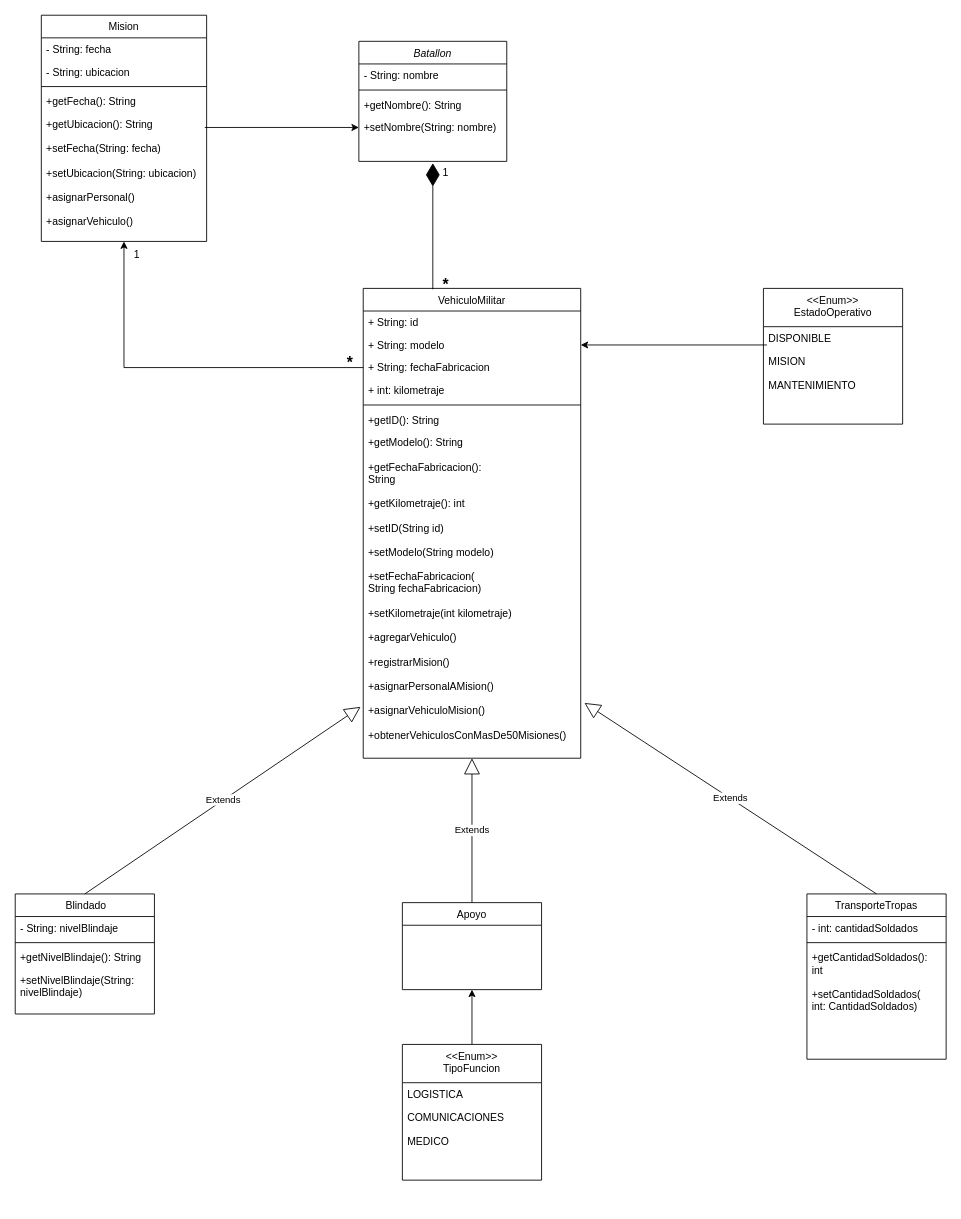
AF2900/Repositorio-Programacion1 keeps this draw.io diagram as Taller Batallon/model/batallón.drawio. Above is the earlier version. Source tidied: cells renumbered, new cells numbered last; positions are measured from the earlier drawing's top-left corner, leaving out a move shared by most shapes. Both pictures are drawn from the tidied source at 87%, with x=0, y=0 at pixel (15, 15).
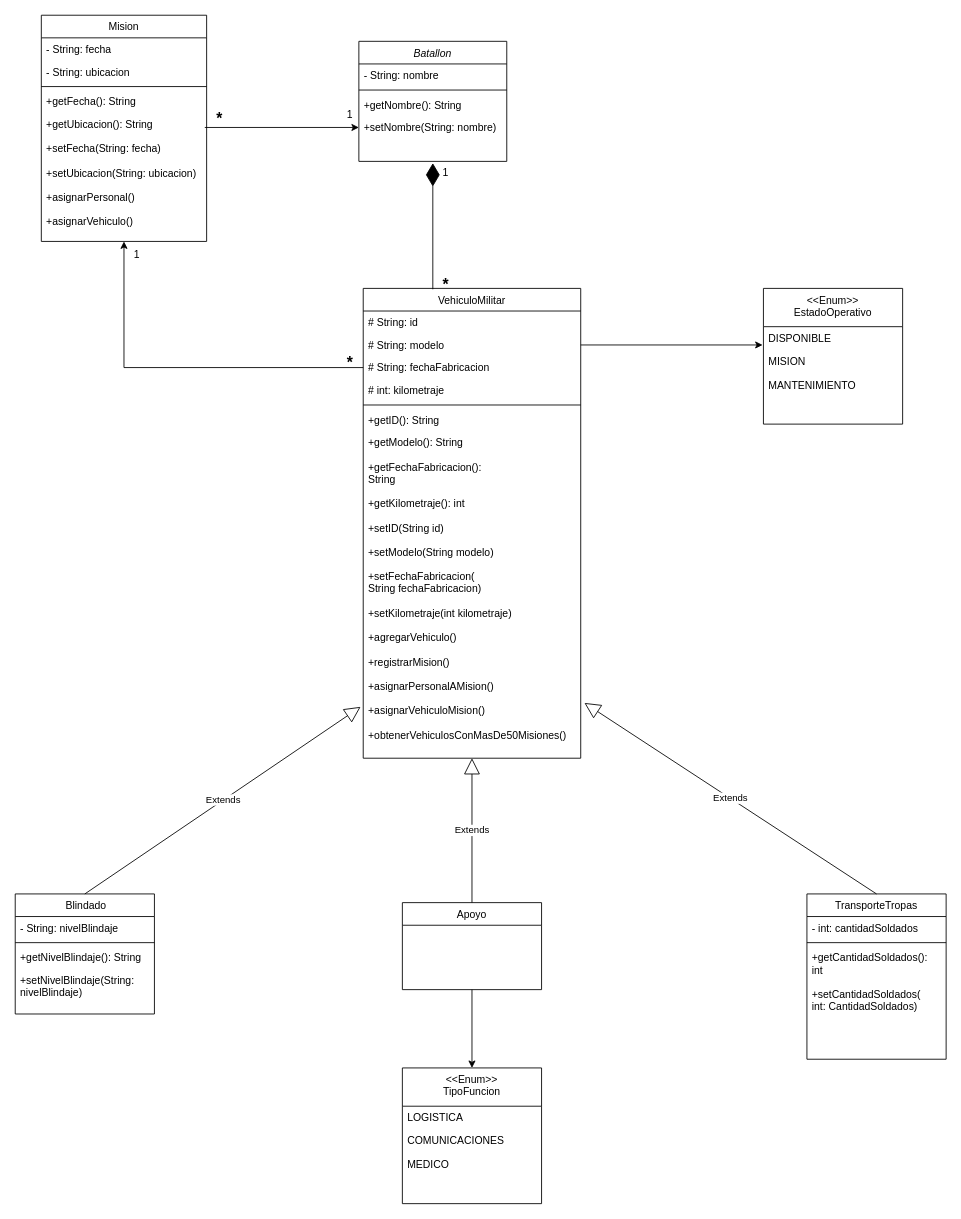
The same diagram, later.

Commit message (it also covers changes not shown here):
Modificacion taller batallon

Unchanged cells that the change refers to:
```xml
<mxCell id="12" value="VehiculoMilitar" style="swimlane;fontStyle=0;align=center;verticalAlign=top;horizontal=1;startSize=26;rounded=0;shadow=0;strokeWidth=1;" parent="1" vertex="1">
  <mxGeometry x="400" y="314" width="250" height="540" as="geometry" />
</mxCell>
<mxCell id="20" value="Apoyo" style="swimlane;fontStyle=0;align=center;verticalAlign=top;horizontal=1;startSize=26;rounded=0;shadow=0;strokeWidth=1;" parent="1" vertex="1">
  <mxGeometry x="445" y="1020" width="160" height="100" as="geometry" />
</mxCell>
<mxCell id="26" value="DISPONIBLE" style="text;align=left;verticalAlign=top;spacingLeft=4;spacingRight=4;overflow=hidden;points=[[0,0.5],[1,0.5]];portConstraint=eastwest;" parent="25" vertex="1">
  <mxGeometry y="44" width="160" height="26" as="geometry" />
</mxCell>
```

Diff of the diagram source:
```diff
@@
-    <mxCell id="13" value="+ String: id" style="text;align=left;verticalAlign=top;spacingLeft=4;spacingRight=4;overflow=hidden;" parent="12" vertex="1">
+    <mxCell id="13" value="# String: id" style="text;align=left;verticalAlign=top;spacingLeft=4;spacingRight=4;overflow=hidden;" parent="12" vertex="1">
       <mxGeometry y="26" width="250" height="26" as="geometry" />
     </mxCell>
-    <mxCell id="14" value="+ String: modelo" style="text;align=left;verticalAlign=top;spacingLeft=4;spacingRight=4;overflow=hidden;points=[[0,0.5],[1,0.5]];portConstraint=eastwest;rounded=0;shadow=0;html=0;" parent="12" vertex="1">
+    <mxCell id="14" value="# String: modelo" style="text;align=left;verticalAlign=top;spacingLeft=4;spacingRight=4;overflow=hidden;points=[[0,0.5],[1,0.5]];portConstraint=eastwest;rounded=0;shadow=0;html=0;" parent="12" vertex="1">
       <mxGeometry y="52" width="250" height="26" as="geometry" />
     </mxCell>
-    <mxCell id="15" value="+ String: fechaFabricacion" style="text;align=left;verticalAlign=top;spacingLeft=4;spacingRight=4;overflow=hidden;points=[[0,0.5],[1,0.5]];portConstraint=eastwest;rounded=0;shadow=0;html=0;" parent="12" vertex="1">
+    <mxCell id="15" value="# String: fechaFabricacion" style="text;align=left;verticalAlign=top;spacingLeft=4;spacingRight=4;overflow=hidden;points=[[0,0.5],[1,0.5]];portConstraint=eastwest;rounded=0;shadow=0;html=0;" parent="12" vertex="1">
       <mxGeometry y="78" width="250" height="26" as="geometry" />
     </mxCell>
-    <mxCell id="16" value="+ int: kilometraje" style="text;align=left;verticalAlign=top;spacingLeft=4;spacingRight=4;overflow=hidden;rounded=0;shadow=0;html=0;" parent="12" vertex="1">
+    <mxCell id="16" value="# int: kilometraje" style="text;align=left;verticalAlign=top;spacingLeft=4;spacingRight=4;overflow=hidden;rounded=0;shadow=0;html=0;" parent="12" vertex="1">
       <mxGeometry y="104" width="250" height="26" as="geometry" />
     </mxCell>
@@
+    <mxCell id="49" style="edgeStyle=orthogonalEdgeStyle;rounded=0;jettySize=auto;html=1;entryX=0.5;entryY=0;entryDx=0;entryDy=0;" parent="1" edge="1" source="20" target="36">
+      <mxGeometry relative="1" as="geometry" />
+    </mxCell>
@@
-    <mxCell id="28" style="edgeStyle=orthogonalEdgeStyle;rounded=0;jettySize=auto;html=1;entryX=1;entryY=0.5;entryDx=0;entryDy=0;exitX=0.025;exitY=0.808;exitDx=0;exitDy=0;exitPerimeter=0;" parent="1" edge="1" source="26" target="14">
-      <mxGeometry relative="1" as="geometry" />
-    </mxCell>
@@
-    <mxCell id="35" style="edgeStyle=orthogonalEdgeStyle;rounded=0;jettySize=auto;html=1;entryX=0.5;entryY=1;entryDx=0;entryDy=0;" parent="1" edge="1" source="36" target="20">
-      <mxGeometry relative="1" as="geometry" />
-    </mxCell>
     <mxCell id="36" value="&lt;&lt;Enum&gt;&gt;&#10;TipoFuncion" style="swimlane;fontStyle=0;align=center;verticalAlign=top;horizontal=1;startSize=44;rounded=0;shadow=0;strokeWidth=1;" parent="1" vertex="1">
-      <mxGeometry x="445" y="1183" width="160" height="156" as="geometry" />
+      <mxGeometry x="445" y="1210" width="160" height="156" as="geometry" />
     </mxCell>
@@
+    <mxCell id="50" style="edgeStyle=orthogonalEdgeStyle;rounded=0;jettySize=auto;html=1;entryX=-0.006;entryY=0.808;entryDx=0;entryDy=0;entryPerimeter=0;" parent="1" edge="1" source="14" target="26">
+      <mxGeometry relative="1" as="geometry" />
+    </mxCell>
+    <mxCell id="51" value="&lt;font style=&quot;font-size: 18px;&quot;&gt;&lt;b&gt;*&lt;/b&gt;&lt;/font&gt;" style="text;html=1;align=center;verticalAlign=middle;whiteSpace=wrap;rounded=0;" parent="1" vertex="1">
+      <mxGeometry x="220" y="110" width="30" height="20" as="geometry" />
+    </mxCell>
+    <mxCell id="52" value="1" style="text;html=1;align=center;verticalAlign=middle;whiteSpace=wrap;rounded=0;" parent="1" vertex="1">
+      <mxGeometry x="375" y="110" width="20" height="10" as="geometry" />
+    </mxCell>
```
